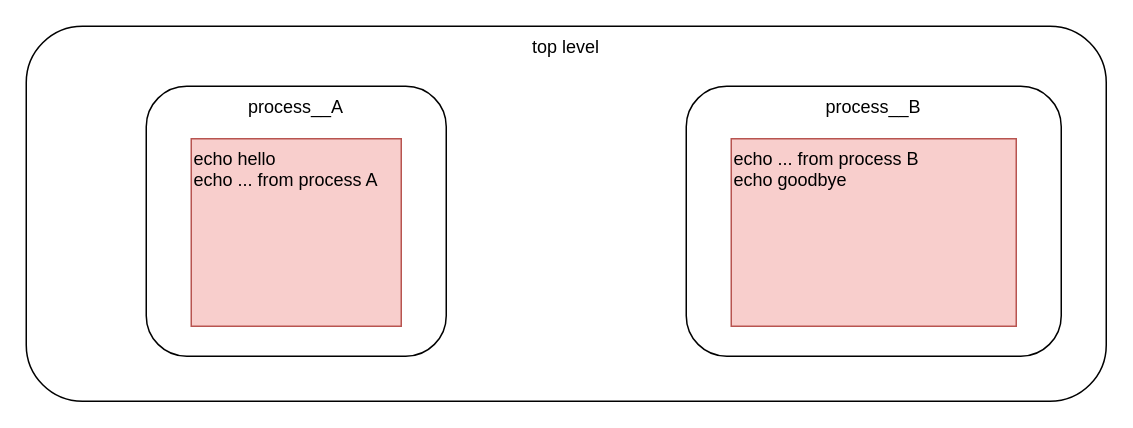
Above: details.drawio in guitarvydas/firstclasscomments (draw.io), before the change. Source tidied: cells renumbered, new cells numbered last; positions are measured from the earlier drawing's top-left corner, leaving out a move shared by most shapes. Both pictures are drawn from the tidied source at 150%, with x=0, y=0 at pixel (26, 26).
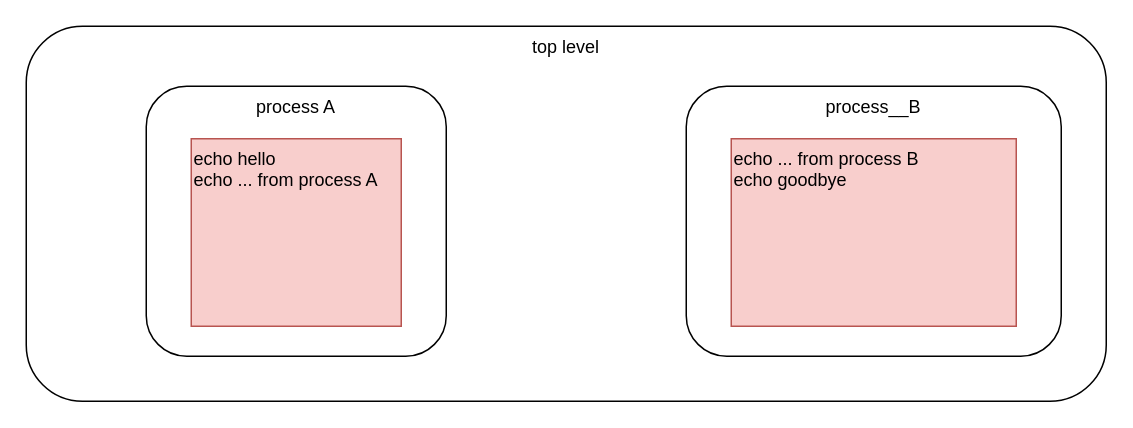
The same diagram, later.

What changed in the source:
```diff
@@
 <mxGraphModel>
   <root>
     <mxCell id="0" />
     <mxCell id="1" parent="0" />
     <mxCell id="2" value="top level" style="rounded=1;whiteSpace=wrap;html=1;verticalAlign=top;" parent="1" vertex="1">
       <mxGeometry width="720" height="250" as="geometry" />
     </mxCell>
-    <mxCell id="3" value="process__A" style="rounded=1;whiteSpace=wrap;html=1;verticalAlign=top;" parent="1" vertex="1">
+    <mxCell id="3" value="process A" style="rounded=1;whiteSpace=wrap;html=1;verticalAlign=top;" parent="1" vertex="1">
       <mxGeometry x="80" y="40" width="200" height="180" as="geometry" />
     </mxCell>
     <mxCell id="4" value="&lt;div&gt;echo hello&lt;/div&gt;&lt;div&gt;&lt;span&gt;echo ... from process A&lt;/span&gt;&lt;/div&gt;" style="rounded=0;whiteSpace=wrap;html=1;align=left;fillColor=#f8cecc;strokeColor=#b85450;verticalAlign=top;" parent="1" vertex="1">
       <mxGeometry x="110" y="75" width="140" height="125" as="geometry" />
     </mxCell>
     <mxCell id="5" value="process__B" style="rounded=1;whiteSpace=wrap;html=1;verticalAlign=top;" parent="1" vertex="1">
       <mxGeometry x="440" y="40" width="250" height="180" as="geometry" />
     </mxCell>
     <mxCell id="6" value="&lt;div&gt;echo ... from process B&lt;/div&gt;&lt;div&gt;&lt;span&gt;echo goodbye&lt;/span&gt;&lt;/div&gt;" style="rounded=0;html=1;align=left;fillColor=#f8cecc;strokeColor=#b85450;verticalAlign=top;whiteSpace=wrap;" parent="1" vertex="1">
       <mxGeometry x="470" y="75" width="190" height="125" as="geometry" />
     </mxCell>
   </root>
 </mxGraphModel>
```
